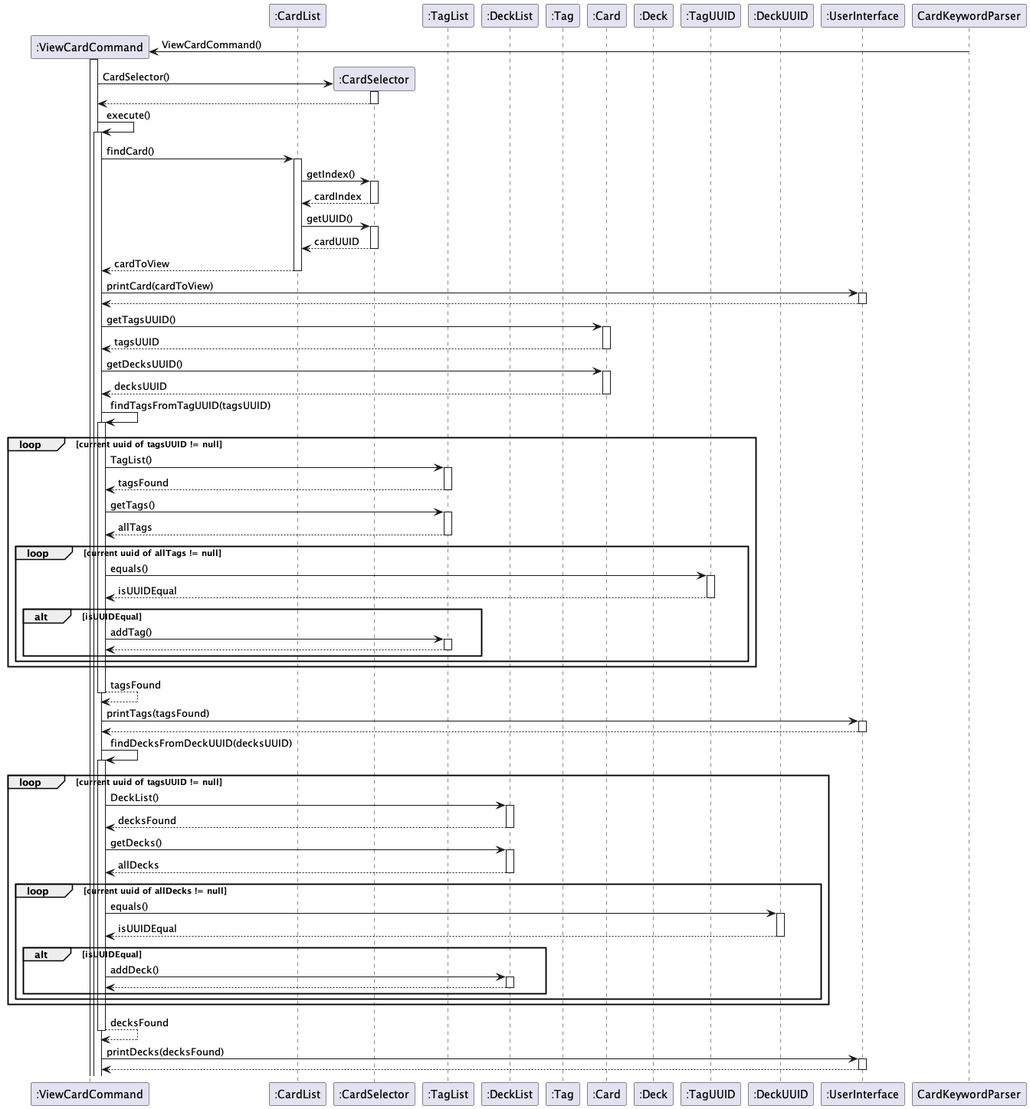
Above: docs/img/CardViewSequence.png in nus-cs2113-AY2223S2/tp (PlantUML), before the change.
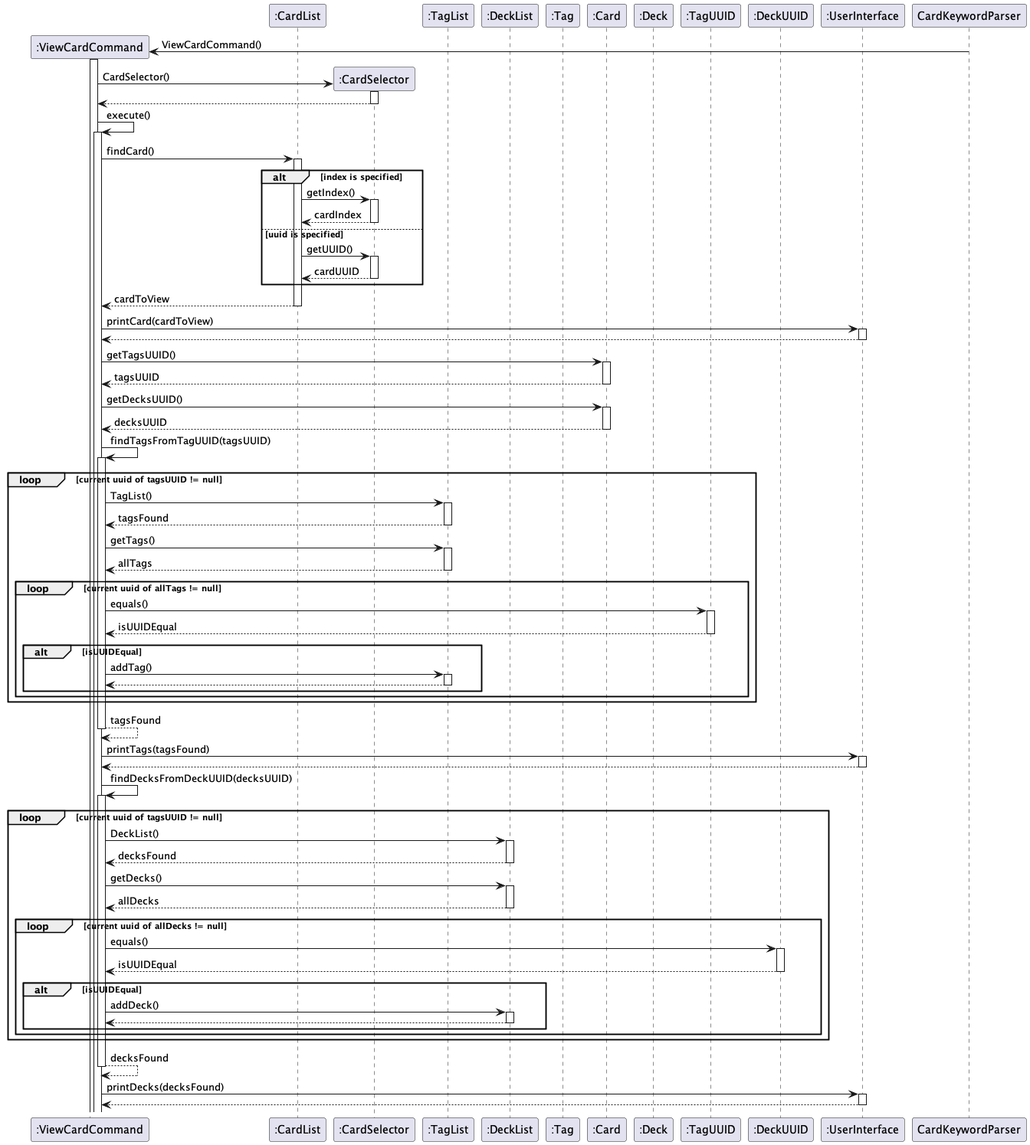
The same diagram one commit later.

Commit message:
docs: add card untag sequence diagram

What changed in the source:
```diff
@@ -26,12 +26,13 @@
 ViewCardCommand -> ViewCardCommand : execute()
 ViewCardCommand -> CardList : findCard()
 
+alt index is specified
 CardList -> CardSelector : getIndex()
 return cardIndex
-
+else uuid is specified
 CardList -> CardSelector : getUUID()
 return cardUUID
-
+end
 return cardToView
 
 ViewCardCommand -> UserInterface : printCard(cardToView)
```
